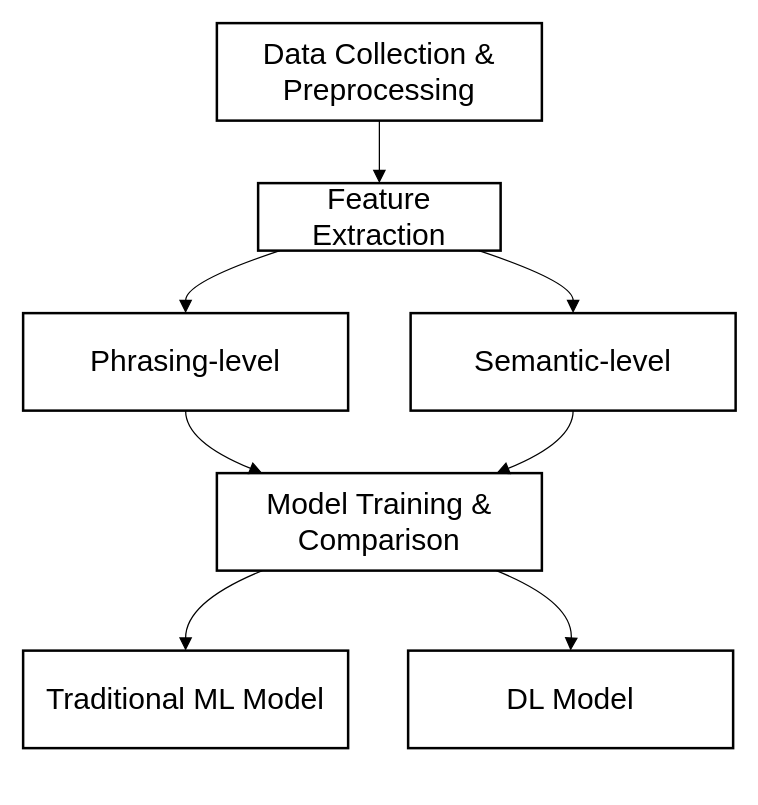
This is page "3.1" (5 of 5) of chart/chapter 3/chapter 3.drawio from ppipppiu/thesis, a draw.io file, before an edit. Source tidied: cells renumbered, new cells numbered last; positions are measured from the earlier drawing's top-left corner, leaving out a move shared by most shapes. Both pictures are drawn from the tidied source at 125%, with x=0, y=0 at pixel (22, 22).
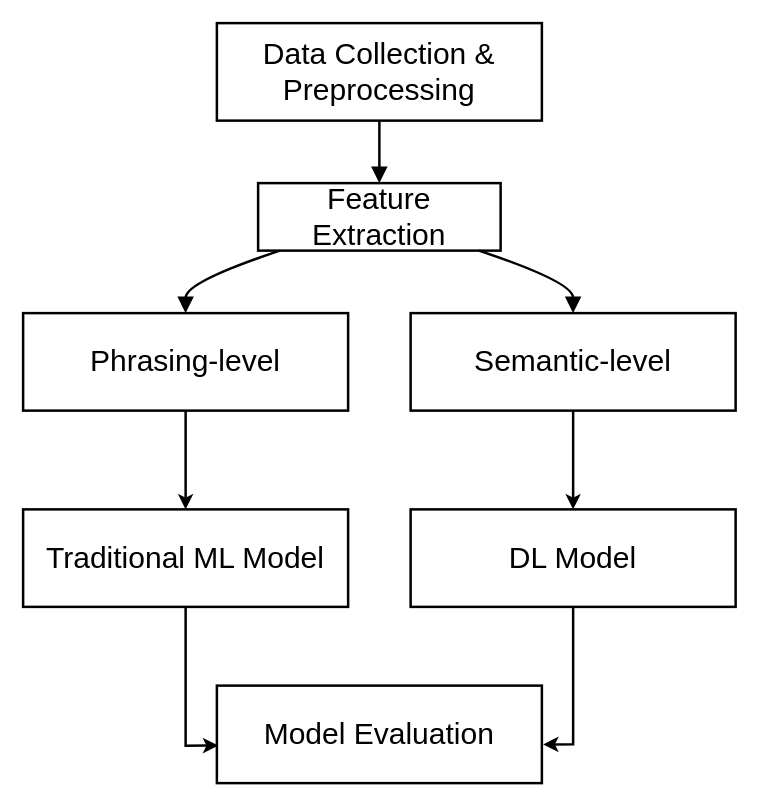
After the change.

Unchanged cells that the change refers to:
```xml
<mxCell id="2" value="Data Collection &amp; Preprocessing" style="whiteSpace=wrap;strokeWidth=2;fontSize=24;" parent="1" vertex="1">
  <mxGeometry x="155" width="260" height="78" as="geometry" />
</mxCell>
<mxCell id="3" value="Feature Extraction" style="whiteSpace=wrap;strokeWidth=2;fontSize=24;" parent="1" vertex="1">
  <mxGeometry x="188" y="128" width="194" height="54" as="geometry" />
</mxCell>
<mxCell id="4" value="Phrasing-level" style="whiteSpace=wrap;strokeWidth=2;fontSize=24;" parent="1" vertex="1">
  <mxGeometry y="232" width="260" height="78" as="geometry" />
</mxCell>
<mxCell id="5" value="Semantic-level" style="whiteSpace=wrap;strokeWidth=2;fontSize=24;" parent="1" vertex="1">
  <mxGeometry x="310" y="232" width="260" height="78" as="geometry" />
</mxCell>
```

What changed in the source:
```diff
@@
+    <mxCell id="16" style="edgeStyle=orthogonalEdgeStyle;rounded=0;jettySize=auto;html=1;exitX=0.5;exitY=1;exitDx=0;exitDy=0;strokeWidth=2;" parent="1" edge="1" source="4" target="7">
+      <mxGeometry relative="1" as="geometry" />
+    </mxCell>
@@
+    <mxCell id="17" style="edgeStyle=orthogonalEdgeStyle;rounded=0;jettySize=auto;html=1;exitX=0.5;exitY=1;exitDx=0;exitDy=0;entryX=0.5;entryY=0;entryDx=0;entryDy=0;strokeWidth=2;" parent="1" edge="1" source="5" target="8">
+      <mxGeometry relative="1" as="geometry" />
+    </mxCell>
@@
-    <mxCell id="6" value="Model Training &amp; Comparison" style="whiteSpace=wrap;strokeWidth=2;fontSize=24;" parent="1" vertex="1">
-      <mxGeometry x="155" y="360" width="260" height="78" as="geometry" />
+    <mxCell id="6" value="Model Evaluation" style="whiteSpace=wrap;strokeWidth=2;fontSize=24;" parent="1" vertex="1">
+      <mxGeometry x="155" y="530" width="260" height="78" as="geometry" />
     </mxCell>
     <mxCell id="7" value="Traditional ML Model" style="whiteSpace=wrap;strokeWidth=2;fontSize=24;" parent="1" vertex="1">
-      <mxGeometry y="502" width="260" height="78" as="geometry" />
+      <mxGeometry y="389" width="260" height="78" as="geometry" />
     </mxCell>
     <mxCell id="8" value="DL Model" style="whiteSpace=wrap;strokeWidth=2;fontSize=24;" parent="1" vertex="1">
-      <mxGeometry x="308" y="502" width="260" height="78" as="geometry" />
+      <mxGeometry x="310" y="389" width="260" height="78" as="geometry" />
     </mxCell>
-    <mxCell id="9" style="curved=1;startArrow=none;endArrow=block;exitX=0.5;exitY=1;entryX=0.5;entryY=0;rounded=0;fontSize=24;startSize=8;endSize=8;" parent="1" edge="1" source="2" target="3">
+    <mxCell id="9" style="curved=1;startArrow=none;endArrow=block;exitX=0.5;exitY=1;entryX=0.5;entryY=0;rounded=0;fontSize=24;startSize=8;endSize=8;strokeWidth=2;" parent="1" edge="1" source="2" target="3">
       <mxGeometry relative="1" as="geometry" />
     </mxCell>
-    <mxCell id="10" style="curved=1;startArrow=none;endArrow=block;exitX=0.09;exitY=1;entryX=0.5;entryY=0;rounded=0;fontSize=24;startSize=8;endSize=8;" parent="1" edge="1" source="3" target="4">
+    <mxCell id="10" style="curved=1;startArrow=none;endArrow=block;exitX=0.09;exitY=1;entryX=0.5;entryY=0;rounded=0;fontSize=24;startSize=8;endSize=8;strokeWidth=2;" parent="1" edge="1" source="3" target="4">
       <mxGeometry relative="1" as="geometry">
         <Array as="points">
           <mxPoint x="130" y="207" />
         </Array>
       </mxGeometry>
     </mxCell>
-    <mxCell id="11" style="curved=1;startArrow=none;endArrow=block;exitX=0.91;exitY=1;entryX=0.5;entryY=0;rounded=0;fontSize=24;startSize=8;endSize=8;" parent="1" edge="1" source="3" target="5">
+    <mxCell id="11" style="curved=1;startArrow=none;endArrow=block;exitX=0.91;exitY=1;entryX=0.5;entryY=0;rounded=0;fontSize=24;startSize=8;endSize=8;strokeWidth=2;" parent="1" edge="1" source="3" target="5">
       <mxGeometry relative="1" as="geometry">
         <Array as="points">
           <mxPoint x="440" y="207" />
         </Array>
       </mxGeometry>
     </mxCell>
-    <mxCell id="12" style="curved=1;startArrow=none;endArrow=block;exitX=0.5;exitY=1;entryX=0.14;entryY=0;rounded=0;fontSize=24;startSize=8;endSize=8;" parent="1" edge="1" source="4" target="6">
-      <mxGeometry relative="1" as="geometry">
-        <Array as="points">
-          <mxPoint x="130" y="335" />
-        </Array>
-      </mxGeometry>
-    </mxCell>
-    <mxCell id="13" style="curved=1;startArrow=none;endArrow=block;exitX=0.5;exitY=1;entryX=0.86;entryY=0;rounded=0;fontSize=24;startSize=8;endSize=8;" parent="1" edge="1" source="5" target="6">
-      <mxGeometry relative="1" as="geometry">
-        <Array as="points">
-          <mxPoint x="440" y="335" />
-        </Array>
-      </mxGeometry>
-    </mxCell>
-    <mxCell id="14" style="curved=1;startArrow=none;endArrow=block;exitX=0.14;exitY=1;entryX=0.5;entryY=0;rounded=0;fontSize=24;startSize=8;endSize=8;" parent="1" edge="1" source="6" target="7">
-      <mxGeometry relative="1" as="geometry">
-        <Array as="points">
-          <mxPoint x="130" y="463" />
-        </Array>
-      </mxGeometry>
-    </mxCell>
-    <mxCell id="15" style="curved=1;startArrow=none;endArrow=block;exitX=0.86;exitY=1;entryX=0.5;entryY=0;rounded=0;fontSize=24;startSize=8;endSize=8;" parent="1" edge="1" source="6" target="8">
-      <mxGeometry relative="1" as="geometry">
-        <Array as="points">
-          <mxPoint x="440" y="463" />
-        </Array>
-      </mxGeometry>
-    </mxCell>
+    <mxCell id="18" style="edgeStyle=orthogonalEdgeStyle;rounded=0;jettySize=auto;html=1;exitX=0.5;exitY=1;exitDx=0;exitDy=0;entryX=0.004;entryY=0.615;entryDx=0;entryDy=0;entryPerimeter=0;strokeWidth=2;" parent="1" edge="1" source="7" target="6">
+      <mxGeometry relative="1" as="geometry" />
+    </mxCell>
+    <mxCell id="19" style="edgeStyle=orthogonalEdgeStyle;rounded=0;jettySize=auto;html=1;exitX=0.5;exitY=1;exitDx=0;exitDy=0;entryX=1.004;entryY=0.603;entryDx=0;entryDy=0;entryPerimeter=0;strokeWidth=2;" parent="1" edge="1" source="8" target="6">
+      <mxGeometry relative="1" as="geometry" />
+    </mxCell>
```
